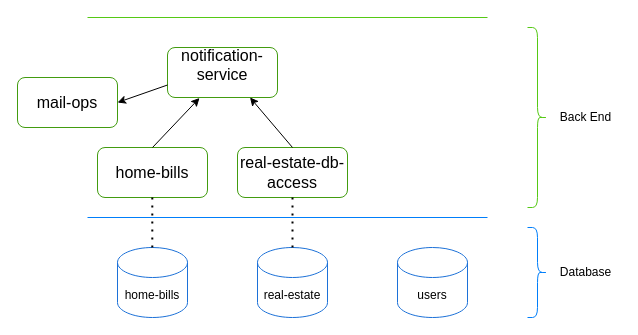
Before: CML.drawio in Auspicode01/diagram, a draw.io diagram. Source tidied: cells renumbered, new cells numbered last; positions are measured from the earlier drawing's top-left corner, leaving out a move shared by most shapes. Both pictures are drawn from the tidied source at 100%, with x=0, y=0 at pixel (17, 17).
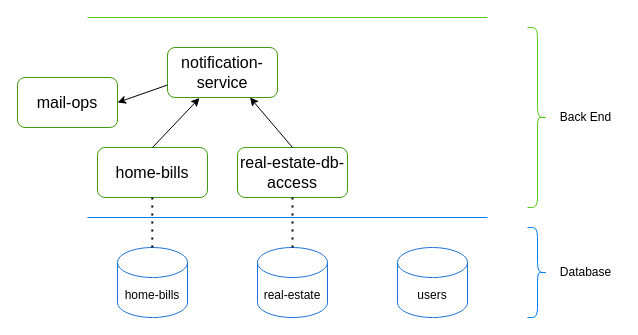
The same diagram, later.

The edit, as a diff of the source:
```diff
@@
-    <mxCell id="7" value="&lt;div style=&quot;font-size: 16px;&quot;&gt;notification-service&lt;/div&gt;&lt;div&gt;&lt;br&gt;&lt;/div&gt;" style="rounded=1;whiteSpace=wrap;html=1;strokeColor=#429C0F;" parent="1" vertex="1">
+    <mxCell id="7" value="&lt;div style=&quot;font-size: 16px;&quot;&gt;notification-service&lt;/div&gt;" style="rounded=1;whiteSpace=wrap;html=1;strokeColor=#429C0F;" parent="1" vertex="1">
       <mxGeometry x="150" y="30" width="110" height="50" as="geometry" />
     </mxCell>
```
